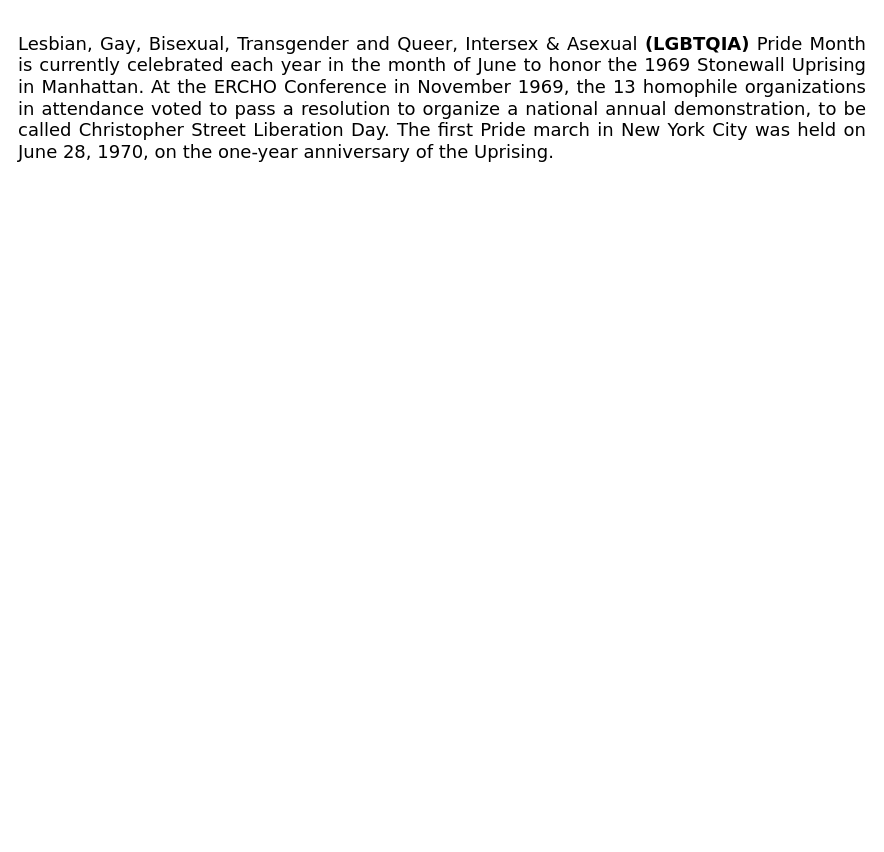
Above: pride-month-info.drawio in argounova/draw-io (draw.io), before the change. Source tidied: cells renumbered, new cells numbered last; positions are measured from the earlier drawing's top-left corner, leaving out a move shared by most shapes. Both pictures are drawn from the tidied source at 100%, with x=0, y=0 at pixel (17, 17).
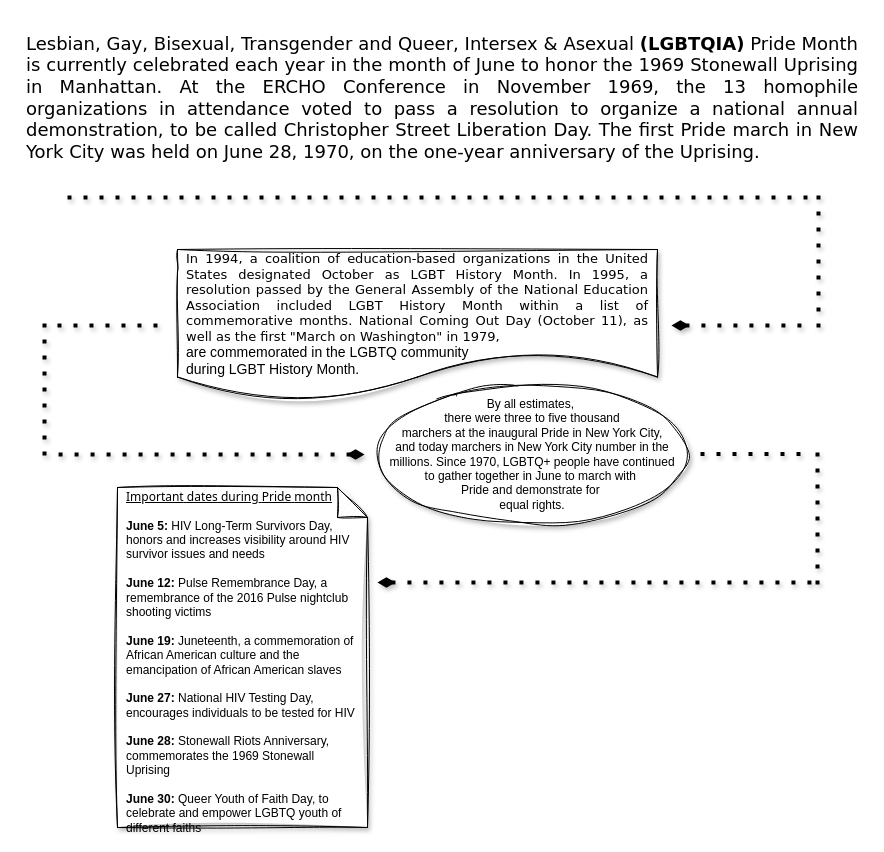
The same diagram, later.

Change to the diagram source:
```diff
@@
-    <mxCell id="2" value="&lt;div style=&quot;text-align: justify;&quot;&gt;&lt;span style=&quot;font-size: 18px; font-family: Verdana; caret-color: rgb(255, 0, 0); text-align: start;&quot;&gt;Lesbian, Gay, Bisexual, Transgender and Queer, Intersex &amp;amp; Asexual&lt;span style=&quot;&quot; class=&quot;Apple-converted-space&quot;&gt;&amp;nbsp;&lt;/span&gt;&lt;/span&gt;&lt;b style=&quot;font-size: 18px; font-family: Verdana; caret-color: rgb(255, 0, 0); text-align: start;&quot;&gt;(LGBTQIA)&lt;/b&gt;&lt;span style=&quot;font-size: 18px; font-family: Verdana; caret-color: rgb(255, 0, 0); text-align: start;&quot;&gt;&lt;span class=&quot;Apple-converted-space&quot;&gt;&amp;nbsp;&lt;/span&gt;Pride Month is currently celebrated each year in the month of June to honor the&lt;span class=&quot;Apple-converted-space&quot;&gt;&amp;nbsp;&lt;/span&gt;&lt;/span&gt;&lt;font face=&quot;Verdana&quot;&gt;&lt;span style=&quot;font-size: 18px; text-align: start;&quot;&gt;1969 Stonewall Uprising in Manhattan&lt;/span&gt;&lt;/font&gt;&lt;span style=&quot;font-size: 18px; font-family: Verdana; caret-color: rgb(255, 0, 0); text-align: start;&quot;&gt;. At the ERCHO Conference in November 1969, the 13 homophile organizations in attendance voted to pass a resolution to organize a national annual demonstration, to be called Christopher Street Liberation Day.&amp;nbsp;The first Pride march in New York City was held on June 28, 1970, on the one-year anniversary of the Uprising.&lt;/span&gt;&lt;/div&gt;" style="text;html=1;align=center;verticalAlign=middle;whiteSpace=wrap;rounded=0;" parent="1" vertex="1">
+    <mxCell id="2" value="&lt;div style=&quot;text-align: justify;&quot;&gt;&lt;span style=&quot;font-size: 18px; font-family: Verdana; caret-color: rgb(255, 0, 0); text-align: start;&quot;&gt;Lesbian, Gay, Bisexual, Transgender and Queer, Intersex &amp;amp; Asexual&lt;span style=&quot;&quot; class=&quot;Apple-converted-space&quot;&gt;&amp;nbsp;&lt;/span&gt;&lt;/span&gt;&lt;b style=&quot;font-size: 18px; font-family: Verdana; caret-color: rgb(255, 0, 0); text-align: start;&quot;&gt;(LGBTQIA)&lt;/b&gt;&lt;span style=&quot;font-size: 18px; font-family: Verdana; caret-color: rgb(255, 0, 0); text-align: start;&quot;&gt;&lt;span class=&quot;Apple-converted-space&quot;&gt;&amp;nbsp;&lt;/span&gt;Pride Month is currently celebrated each year in the month of June to honor the&lt;span class=&quot;Apple-converted-space&quot;&gt;&amp;nbsp;&lt;/span&gt;&lt;/span&gt;&lt;font face=&quot;Verdana&quot;&gt;&lt;span style=&quot;font-size: 18px; text-align: start;&quot;&gt;1969 Stonewall Uprising in Manhattan&lt;/span&gt;&lt;/font&gt;&lt;span style=&quot;font-size: 18px; font-family: Verdana; caret-color: rgb(255, 0, 0); text-align: start;&quot;&gt;. At the ERCHO Conference in November 1969, the 13 homophile organizations in attendance voted to pass a resolution to organize a national annual demonstration, to be called Christopher Street Liberation Day.&amp;nbsp;The first Pride march in New York City was held on June 28, 1970, on the one-year anniversary of the Uprising.&lt;/span&gt;&lt;/div&gt;" style="text;html=1;align=center;verticalAlign=middle;whiteSpace=wrap;rounded=0;spacing=10;" parent="1" vertex="1">
       <mxGeometry width="850" height="160" as="geometry" />
     </mxCell>
+    <mxCell id="3" style="endArrow=none;dashed=1;html=1;dashPattern=1 3;strokeWidth=4;rounded=0;shadow=1;" parent="1" edge="1">
+      <mxGeometry relative="1" as="geometry">
+        <mxPoint x="50" y="180" as="sourcePoint" />
+        <mxPoint x="800" y="180" as="targetPoint" />
+      </mxGeometry>
+    </mxCell>
+    <mxCell id="4" style="endArrow=none;dashed=1;html=1;dashPattern=1 3;strokeWidth=4;rounded=0;shadow=1;" parent="1" edge="1">
+      <mxGeometry relative="1" as="geometry">
+        <mxPoint x="801" y="310" as="sourcePoint" />
+        <mxPoint x="801" y="170" as="targetPoint" />
+      </mxGeometry>
+    </mxCell>
+    <mxCell id="5" style="endArrow=none;dashed=1;html=1;dashPattern=1 3;strokeWidth=4;rounded=0;shadow=1;startArrow=diamondThin;startFill=1;" parent="1" edge="1">
+      <mxGeometry relative="1" as="geometry">
+        <mxPoint x="654" y="308" as="sourcePoint" />
+        <mxPoint x="794" y="308" as="targetPoint" />
+      </mxGeometry>
+    </mxCell>
+    <mxCell id="6" value="&lt;div style=&quot;text-align: justify; font-size: 13px; line-height: 120%;&quot;&gt;&lt;font face=&quot;Verdana&quot; style=&quot;font-size: 13px;&quot;&gt;&lt;span style=&quot;text-align: start; background-color: initial;&quot;&gt;&lt;font style=&quot;font-size: 13px;&quot;&gt;In 1994, a coalition of education-based organizations in the United States designated October as LGBT History Month. In 1995, a resolution passed by the General Assembly of the National Education Association included LGBT History Month within a list of commemorative months. National Coming Out Day&amp;nbsp;&lt;/font&gt;&lt;/span&gt;&lt;span style=&quot;background-color: initial; text-align: start;&quot;&gt;(October 11),&amp;nbsp;&lt;/span&gt;&lt;span style=&quot;background-color: initial; text-align: start;&quot;&gt;as well as the first &quot;March on Washington&quot; in 1979,&amp;nbsp;&lt;/span&gt;&lt;/font&gt;&lt;/div&gt;&lt;font face=&quot;XXYTlqU7NJRv6qRZ96kx&quot; style=&quot;&quot;&gt;&lt;div style=&quot;text-align: justify;&quot;&gt;&lt;span style=&quot;text-align: start; background-color: initial;&quot;&gt;&lt;font style=&quot;font-size: 14px;&quot;&gt;are commemorated in the LGBTQ community&lt;/font&gt;&lt;span style=&quot;font-size: 13px;&quot;&gt;&amp;nbsp;&lt;/span&gt;&lt;/span&gt;&lt;/div&gt;&lt;div style=&quot;text-align: justify;&quot;&gt;&lt;span style=&quot;text-align: start; background-color: initial;&quot;&gt;&lt;font style=&quot;font-size: 14px;&quot;&gt;during LGBT History Month.&lt;/font&gt;&lt;/span&gt;&lt;/div&gt;&lt;/font&gt;" style="shape=document;whiteSpace=wrap;html=1;boundedLbl=1;perimeterSpacing=0;spacing=10;spacingTop=25;shadow=1;sketch=1;curveFitting=1;jiggle=2;" parent="1" vertex="1">
+      <mxGeometry x="160" y="232" width="480" height="150" as="geometry" />
+    </mxCell>
+    <mxCell id="7" style="endArrow=none;dashed=1;html=1;dashPattern=1 3;strokeWidth=4;rounded=0;shadow=1;" parent="1" edge="1">
+      <mxGeometry relative="1" as="geometry">
+        <mxPoint x="40" y="308" as="sourcePoint" />
+        <mxPoint x="150" y="308" as="targetPoint" />
+      </mxGeometry>
+    </mxCell>
+    <mxCell id="8" style="endArrow=none;dashed=1;html=1;dashPattern=1 3;strokeWidth=4;rounded=0;shadow=1;" parent="1" edge="1">
+      <mxGeometry relative="1" as="geometry">
+        <mxPoint x="27" y="438" as="sourcePoint" />
+        <mxPoint x="27" y="298" as="targetPoint" />
+      </mxGeometry>
+    </mxCell>
+    <mxCell id="9" style="endArrow=none;dashed=1;html=1;dashPattern=1 3;strokeWidth=4;rounded=0;shadow=1;startArrow=diamondThin;startFill=1;" parent="1" edge="1">
+      <mxGeometry relative="1" as="geometry">
+        <mxPoint x="347" y="437" as="sourcePoint" />
+        <mxPoint x="37" y="437" as="targetPoint" />
+      </mxGeometry>
+    </mxCell>
+    <mxCell id="10" value="&lt;div style=&quot;&quot;&gt;&lt;span style=&quot;font-family: &amp;quot;Abadi Extra Light&amp;quot;, sans-serif; caret-color: rgb(56, 87, 35); background-color: initial;&quot;&gt;&lt;font style=&quot;font-size: 12px;&quot;&gt;By all estimates,&amp;nbsp;&lt;/font&gt;&lt;/span&gt;&lt;/div&gt;&lt;div style=&quot;&quot;&gt;&lt;span style=&quot;font-family: &amp;quot;Abadi Extra Light&amp;quot;, sans-serif; caret-color: rgb(56, 87, 35); background-color: initial;&quot;&gt;&lt;font style=&quot;font-size: 12px;&quot;&gt;there were three to five thousand&lt;/font&gt;&lt;/span&gt;&lt;/div&gt;&lt;div style=&quot;&quot;&gt;&lt;span style=&quot;font-family: &amp;quot;Abadi Extra Light&amp;quot;, sans-serif; caret-color: rgb(56, 87, 35); background-color: initial;&quot;&gt;&lt;font style=&quot;font-size: 12px;&quot;&gt;marchers at the inaugural Pride in New York City,&lt;/font&gt;&lt;/span&gt;&lt;/div&gt;&lt;div style=&quot;&quot;&gt;&lt;span style=&quot;font-family: &amp;quot;Abadi Extra Light&amp;quot;, sans-serif; caret-color: rgb(56, 87, 35); background-color: initial;&quot;&gt;&lt;font style=&quot;font-size: 12px;&quot;&gt;and today marchers in New York City number in the millions. Since 1970, LGBTQ+ people have continued&lt;/font&gt;&lt;/span&gt;&lt;/div&gt;&lt;div style=&quot;&quot;&gt;&lt;span style=&quot;font-family: &amp;quot;Abadi Extra Light&amp;quot;, sans-serif; caret-color: rgb(56, 87, 35); background-color: initial;&quot;&gt;&lt;font style=&quot;font-size: 12px;&quot;&gt;to gather together in June to march with&amp;nbsp;&lt;/font&gt;&lt;/span&gt;&lt;/div&gt;&lt;div style=&quot;&quot;&gt;&lt;span style=&quot;font-family: &amp;quot;Abadi Extra Light&amp;quot;, sans-serif; caret-color: rgb(56, 87, 35); background-color: initial;&quot;&gt;&lt;font style=&quot;font-size: 12px;&quot;&gt;Pride and demonstrate for&amp;nbsp;&lt;/font&gt;&lt;/span&gt;&lt;/div&gt;&lt;div style=&quot;&quot;&gt;&lt;span style=&quot;font-family: &amp;quot;Abadi Extra Light&amp;quot;, sans-serif; caret-color: rgb(56, 87, 35); background-color: initial;&quot;&gt;&lt;font style=&quot;font-size: 12px;&quot;&gt;equal rights.&lt;/font&gt;&lt;/span&gt;&lt;/div&gt;" style="ellipse;whiteSpace=wrap;html=1;shadow=1;align=center;spacingRight=0;spacingLeft=0;spacing=2;sketch=1;curveFitting=1;jiggle=2;" parent="1" vertex="1">
+      <mxGeometry x="360" y="367" width="310" height="140" as="geometry" />
+    </mxCell>
+    <mxCell id="11" style="endArrow=none;dashed=1;html=1;dashPattern=1 3;strokeWidth=4;rounded=0;shadow=1;" parent="1" edge="1">
+      <mxGeometry relative="1" as="geometry">
+        <mxPoint x="683" y="436.6" as="sourcePoint" />
+        <mxPoint x="793" y="436.6" as="targetPoint" />
+      </mxGeometry>
+    </mxCell>
+    <mxCell id="12" style="endArrow=none;dashed=1;html=1;dashPattern=1 3;strokeWidth=4;rounded=0;shadow=1;" parent="1" edge="1">
+      <mxGeometry relative="1" as="geometry">
+        <mxPoint x="800" y="567" as="sourcePoint" />
+        <mxPoint x="800" y="427" as="targetPoint" />
+      </mxGeometry>
+    </mxCell>
+    <mxCell id="13" style="endArrow=none;dashed=1;html=1;dashPattern=1 3;strokeWidth=4;rounded=0;shadow=1;startArrow=diamondThin;startFill=1;" parent="1" edge="1">
+      <mxGeometry relative="1" as="geometry">
+        <mxPoint x="360" y="565" as="sourcePoint" />
+        <mxPoint x="794" y="565" as="targetPoint" />
+      </mxGeometry>
+    </mxCell>
+    <mxCell id="14" value="&lt;p style=&quot;margin: 0in; caret-color: rgb(255, 255, 255); text-align: start; font-size: 12px;&quot; class=&quot;MsoNormal&quot;&gt;&lt;font face=&quot;Tahoma&quot; style=&quot;font-size: 12px;&quot;&gt;&lt;u style=&quot;font-size: 12px;&quot;&gt;&lt;span style=&quot;background-image: initial; background-position: initial; background-size: initial; background-repeat: initial; background-attachment: initial; background-origin: initial; background-clip: initial; font-size: 12px;&quot;&gt;Important&lt;/span&gt;&lt;span style=&quot;background-image: initial; background-position: initial; background-size: initial; background-repeat: initial; background-attachment: initial; background-origin: initial; background-clip: initial; font-size: 12px;&quot;&gt;&lt;span style=&quot;font-size: 12px;&quot; class=&quot;Apple-converted-space&quot;&gt;&amp;nbsp;&lt;/span&gt;&lt;/span&gt;&lt;span style=&quot;background-image: initial; background-position: initial; background-size: initial; background-repeat: initial; background-attachment: initial; background-origin: initial; background-clip: initial; font-size: 12px;&quot;&gt;dates&lt;span style=&quot;font-size: 12px;&quot; class=&quot;Apple-converted-space&quot;&gt;&amp;nbsp;&lt;/span&gt;&lt;/span&gt;&lt;span style=&quot;background-image: initial; background-position: initial; background-size: initial; background-repeat: initial; background-attachment: initial; background-origin: initial; background-clip: initial; font-size: 12px;&quot;&gt;during&lt;/span&gt;&lt;span style=&quot;background-image: initial; background-position: initial; background-size: initial; background-repeat: initial; background-attachment: initial; background-origin: initial; background-clip: initial; font-size: 12px;&quot;&gt;&lt;span style=&quot;font-size: 12px;&quot; class=&quot;Apple-converted-space&quot;&gt;&amp;nbsp;&lt;/span&gt;&lt;/span&gt;&lt;span style=&quot;background-image: initial; background-position: initial; background-size: initial; background-repeat: initial; background-attachment: initial; background-origin: initial; background-clip: initial; font-size: 12px;&quot;&gt;Pride&lt;/span&gt;&lt;span style=&quot;background-image: initial; background-position: initial; background-size: initial; background-repeat: initial; background-attachment: initial; background-origin: initial; background-clip: initial; font-size: 12px;&quot;&gt;&lt;span style=&quot;font-size: 12px;&quot; class=&quot;Apple-converted-space&quot;&gt;&amp;nbsp;&lt;/span&gt;&lt;/span&gt;&lt;/u&gt;&lt;span style=&quot;background-image: initial; background-position: initial; background-size: initial; background-repeat: initial; background-attachment: initial; background-origin: initial; background-clip: initial; font-size: 12px;&quot;&gt;&lt;u style=&quot;font-size: 12px;&quot;&gt;month&lt;/u&gt;&lt;/span&gt;&lt;/font&gt;&lt;/p&gt;&lt;p style=&quot;margin: 0in; caret-color: rgb(255, 255, 255); text-align: start; font-size: 12px;&quot; class=&quot;MsoNormal&quot;&gt;&lt;font style=&quot;font-size: 12px;&quot;&gt;&lt;font style=&quot;font-size: 12px;&quot; face=&quot;itCq_KvsEVV_NXgD7fgR&quot;&gt;&lt;span style=&quot;background-image: initial; background-position: initial; background-size: initial; background-repeat: initial; background-attachment: initial; background-origin: initial; background-clip: initial; font-size: 12px;&quot;&gt;&lt;/span&gt;&lt;/font&gt;&lt;span style=&quot;background-image: initial; background-position: initial; background-size: initial; background-repeat: initial; background-attachment: initial; background-origin: initial; background-clip: initial; font-size: 12px;&quot;&gt;&lt;font style=&quot;font-size: 12px;&quot; face=&quot;itCq_KvsEVV_NXgD7fgR&quot;&gt;&lt;br style=&quot;font-size: 12px;&quot;&gt;&lt;span style=&quot;background-color: initial; font-size: 12px;&quot;&gt;&lt;b style=&quot;font-size: 12px;&quot;&gt;June 5:&lt;/b&gt; HIV Long-Term Survivors Day, honors and increases visibility around HIV survivor issues and needs&lt;/span&gt;&lt;/font&gt;&lt;/span&gt;&lt;/font&gt;&lt;/p&gt;&lt;p style=&quot;margin: 0in; caret-color: rgb(255, 255, 255); text-align: start; font-size: 12px;&quot; class=&quot;MsoNormal&quot;&gt;&lt;font style=&quot;font-size: 12px;&quot;&gt;&lt;span style=&quot;background-image: initial; background-position: initial; background-size: initial; background-repeat: initial; background-attachment: initial; background-origin: initial; background-clip: initial; font-size: 12px;&quot;&gt;&lt;font style=&quot;font-size: 12px;&quot; face=&quot;itCq_KvsEVV_NXgD7fgR&quot;&gt;&lt;br style=&quot;font-size: 12px;&quot;&gt;&lt;span style=&quot;background-color: initial; font-size: 12px;&quot;&gt;&lt;b style=&quot;font-size: 12px;&quot;&gt;June 12:&lt;/b&gt; Pulse Remembrance Day, a remembrance of the 2016 Pulse nightclub shooting victims&lt;/span&gt;&lt;/font&gt;&lt;/span&gt;&lt;/font&gt;&lt;/p&gt;&lt;p style=&quot;margin: 0in; caret-color: rgb(255, 255, 255); text-align: start; font-size: 12px;&quot; class=&quot;MsoNormal&quot;&gt;&lt;font style=&quot;font-size: 12px;&quot;&gt;&lt;span style=&quot;background-image: initial; background-position: initial; background-size: initial; background-repeat: initial; background-attachment: initial; background-origin: initial; background-clip: initial; font-size: 12px;&quot;&gt;&lt;font style=&quot;font-size: 12px;&quot; face=&quot;itCq_KvsEVV_NXgD7fgR&quot;&gt;&lt;br style=&quot;font-size: 12px;&quot;&gt;&lt;span style=&quot;background-color: initial; font-size: 12px;&quot;&gt;&lt;b style=&quot;font-size: 12px;&quot;&gt;June 19:&lt;/b&gt; Juneteenth, a commemoration of African American culture and the emancipation of African American slaves&lt;/span&gt;&lt;/font&gt;&lt;/span&gt;&lt;/font&gt;&lt;/p&gt;&lt;p style=&quot;margin: 0in; caret-color: rgb(255, 255, 255); text-align: start; font-size: 12px;&quot; class=&quot;MsoNormal&quot;&gt;&lt;font style=&quot;font-size: 12px;&quot;&gt;&lt;span style=&quot;background-image: initial; background-position: initial; background-size: initial; background-repeat: initial; background-attachment: initial; background-origin: initial; background-clip: initial; font-size: 12px;&quot;&gt;&lt;font style=&quot;font-size: 12px;&quot; face=&quot;itCq_KvsEVV_NXgD7fgR&quot;&gt;&lt;br style=&quot;font-size: 12px;&quot;&gt;&lt;span style=&quot;background-color: initial; font-size: 12px;&quot;&gt;&lt;b style=&quot;font-size: 12px;&quot;&gt;June 27:&lt;/b&gt; National HIV Testing Day, encourages individuals to be tested for HIV&lt;/span&gt;&lt;/font&gt;&lt;/span&gt;&lt;/font&gt;&lt;/p&gt;&lt;p style=&quot;margin: 0in; caret-color: rgb(255, 255, 255); text-align: start; font-size: 12px;&quot; class=&quot;MsoNormal&quot;&gt;&lt;font style=&quot;font-size: 12px;&quot;&gt;&lt;span style=&quot;background-image: initial; background-position: initial; background-size: initial; background-repeat: initial; background-attachment: initial; background-origin: initial; background-clip: initial; font-size: 12px;&quot;&gt;&lt;font style=&quot;font-size: 12px;&quot; face=&quot;itCq_KvsEVV_NXgD7fgR&quot;&gt;&lt;br style=&quot;font-size: 12px;&quot;&gt;&lt;span style=&quot;background-color: initial; font-size: 12px;&quot;&gt;&lt;b style=&quot;font-size: 12px;&quot;&gt;June 28:&lt;/b&gt; Stonewall Riots Anniversary, commemorates the 1969 Stonewall Uprising&lt;/span&gt;&lt;/font&gt;&lt;/span&gt;&lt;/font&gt;&lt;/p&gt;&lt;p style=&quot;margin: 0in; caret-color: rgb(255, 255, 255); text-align: start; font-size: 12px;&quot; class=&quot;MsoNormal&quot;&gt;&lt;font style=&quot;font-size: 12px;&quot;&gt;&lt;span style=&quot;background-image: initial; background-position: initial; background-size: initial; background-repeat: initial; background-attachment: initial; background-origin: initial; background-clip: initial; font-size: 12px;&quot;&gt;&lt;font style=&quot;font-size: 12px;&quot; face=&quot;itCq_KvsEVV_NXgD7fgR&quot;&gt;&lt;br style=&quot;font-size: 12px;&quot;&gt;&lt;span style=&quot;background-color: initial; font-size: 12px;&quot;&gt;&lt;b style=&quot;font-size: 12px;&quot;&gt;June 30:&lt;/b&gt; Queer Youth of Faith Day, to celebrate and empower LGBTQ youth of different faiths&lt;/span&gt;&lt;/font&gt;&lt;font style=&quot;font-size: 12px;&quot; face=&quot;Amasis MT Pro Black, serif&quot;&gt;&lt;br style=&quot;font-size: 12px;&quot;&gt;&lt;/font&gt;&lt;/span&gt;&lt;/font&gt;&lt;/p&gt;" style="shape=note;whiteSpace=wrap;html=1;backgroundOutline=1;darkOpacity=0.05;shadow=1;sketch=1;curveFitting=1;jiggle=2;fontSize=12;spacing=10;spacingTop=10;spacingBottom=0;" parent="1" vertex="1">
+      <mxGeometry x="100" y="470" width="250" height="340" as="geometry" />
+    </mxCell>
```
